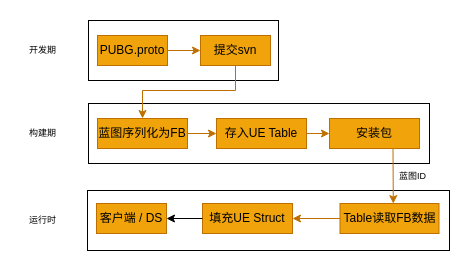
Earlier version of the draw.io diagram proto1.drawio (imzoer/design-pattern). Source tidied: cells renumbered, new cells numbered last; positions are measured from the earlier drawing's top-left corner, leaving out a move shared by most shapes. Both pictures are drawn from the tidied source at 100%, with x=0, y=0 at pixel (17, 20).
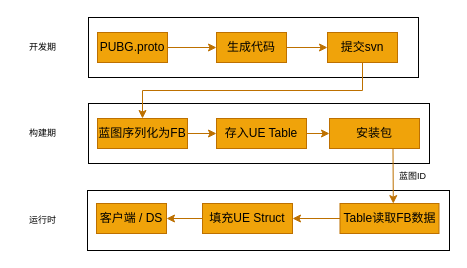
Above is the later version.

The change refers to these unchanged cells:
```xml
<mxCell id="2" style="group;" parent="1" vertex="1">
  <mxGeometry x="70" y="170" width="362" height="60" as="geometry" />
</mxCell>
<mxCell id="5" value="&lt;font color=&quot;#000000&quot;&gt;填充UE Struct&lt;/font&gt;" style="rounded=0;whiteSpace=wrap;html=1;fillColor=#f0a30a;strokeColor=#BD7000;fontColor=#FFFFFF;" parent="2" vertex="1">
  <mxGeometry x="115" y="13" width="90" height="30" as="geometry" />
</mxCell>
<mxCell id="6" value="&lt;font color=&quot;#000000&quot;&gt;客户端 / DS&lt;/font&gt;" style="rounded=0;whiteSpace=wrap;html=1;fillColor=#f0a30a;strokeColor=#BD7000;fontColor=#FFFFFF;" parent="2" vertex="1">
  <mxGeometry x="9" y="13" width="70" height="30" as="geometry" />
</mxCell>
<mxCell id="11" value="&lt;font color=&quot;#000000&quot;&gt;蓝图序列化为FB&lt;/font&gt;" style="rounded=0;whiteSpace=wrap;html=1;fillColor=#f0a30a;strokeColor=#BD7000;fontColor=#FFFFFF;" parent="1" vertex="1">
  <mxGeometry x="80" y="98" width="90" height="30" as="geometry" />
</mxCell>
<mxCell id="20" value="&lt;font color=&quot;#000000&quot;&gt;PUBG.proto&lt;/font&gt;" style="rounded=0;whiteSpace=wrap;html=1;fillColor=#f0a30a;strokeColor=#BD7000;fontColor=#FFFFFF;" parent="18" vertex="1">
  <mxGeometry x="9" y="15" width="70" height="30" as="geometry" />
</mxCell>
```

What changed in the source:
```diff
@@
-    <mxCell id="8" style="edgeStyle=orthogonalEdgeStyle;rounded=0;jettySize=auto;html=1;entryX=1;entryY=0.5;entryDx=0;entryDy=0;fontSize=9;fontColor=#FFFFFF;" parent="2" edge="1" source="5" target="6">
+    <mxCell id="8" style="edgeStyle=orthogonalEdgeStyle;rounded=0;jettySize=auto;html=1;entryX=1;entryY=0.5;entryDx=0;entryDy=0;fontSize=9;fontColor=#FFFFFF;fillColor=#f0a30a;strokeColor=#BD7000;" parent="2" edge="1" source="5" target="6">
       <mxGeometry relative="1" as="geometry" />
     </mxCell>
@@
     <mxCell id="16" value="&lt;font color=&quot;#000000&quot;&gt;开发期&lt;/font&gt;" style="text;html=1;align=center;verticalAlign=middle;fontSize=9;fontColor=#FFFFFF;" parent="1" vertex="1">
-      <mxGeometry y="20" width="50" height="20" as="geometry" />
+      <mxGeometry y="17" width="50" height="20" as="geometry" />
     </mxCell>
@@
     <mxCell id="18" style="group;" parent="1" vertex="1">
-      <mxGeometry x="71" width="190" height="60" as="geometry" />
+      <mxGeometry x="71" y="-3" width="330" height="60" as="geometry" />
     </mxCell>
     <mxCell id="19" style="rounded=0;whiteSpace=wrap;html=1;fontSize=9;fontColor=#FFFFFF;" parent="18" vertex="1">
-      <mxGeometry width="190" height="60" as="geometry" />
+      <mxGeometry width="330" height="60" as="geometry" />
     </mxCell>
+    <mxCell id="26" style="edgeStyle=orthogonalEdgeStyle;rounded=0;jettySize=auto;html=1;entryX=0;entryY=0.5;entryDx=0;entryDy=0;fillColor=#f0a30a;strokeColor=#BD7000;" parent="18" edge="1" source="20" target="28">
+      <mxGeometry relative="1" as="geometry" />
+    </mxCell>
@@
     <mxCell id="21" value="&lt;font color=&quot;#000000&quot;&gt;提交svn&lt;/font&gt;" style="rounded=0;whiteSpace=wrap;html=1;fillColor=#f0a30a;strokeColor=#BD7000;fontColor=#FFFFFF;" parent="18" vertex="1">
-      <mxGeometry x="112" y="15" width="70" height="30" as="geometry" />
+      <mxGeometry x="239" y="15" width="70" height="30" as="geometry" />
     </mxCell>
-    <mxCell id="22" style="edgeStyle=orthogonalEdgeStyle;rounded=0;jettySize=auto;html=1;exitX=1;exitY=0.5;exitDx=0;exitDy=0;fontSize=9;fontColor=#FFFFFF;fillColor=#f0a30a;strokeColor=#BD7000;" parent="18" edge="1" source="20" target="21">
-      <mxGeometry relative="1" as="geometry" />
-    </mxCell>
+    <mxCell id="27" style="edgeStyle=orthogonalEdgeStyle;rounded=0;jettySize=auto;html=1;entryX=0;entryY=0.5;entryDx=0;entryDy=0;fillColor=#f0a30a;strokeColor=#BD7000;" parent="18" edge="1" source="28" target="21">
+      <mxGeometry relative="1" as="geometry" />
+    </mxCell>
+    <mxCell id="28" value="&lt;font color=&quot;#000000&quot;&gt;生成代码&lt;/font&gt;" style="rounded=0;whiteSpace=wrap;html=1;fillColor=#f0a30a;strokeColor=#BD7000;fontColor=#FFFFFF;" parent="18" vertex="1">
+      <mxGeometry x="128" y="15" width="70" height="30" as="geometry" />
+    </mxCell>
@@
     <mxCell id="25" style="edgeStyle=orthogonalEdgeStyle;rounded=0;jettySize=auto;html=1;fillColor=#f0a30a;strokeColor=#BD7000;" parent="1" edge="1" source="21" target="11">
       <mxGeometry relative="1" as="geometry">
         <Array as="points">
-          <mxPoint x="218" y="70" />
+          <mxPoint x="345" y="70" />
           <mxPoint x="125" y="70" />
         </Array>
       </mxGeometry>
     </mxCell>
```
